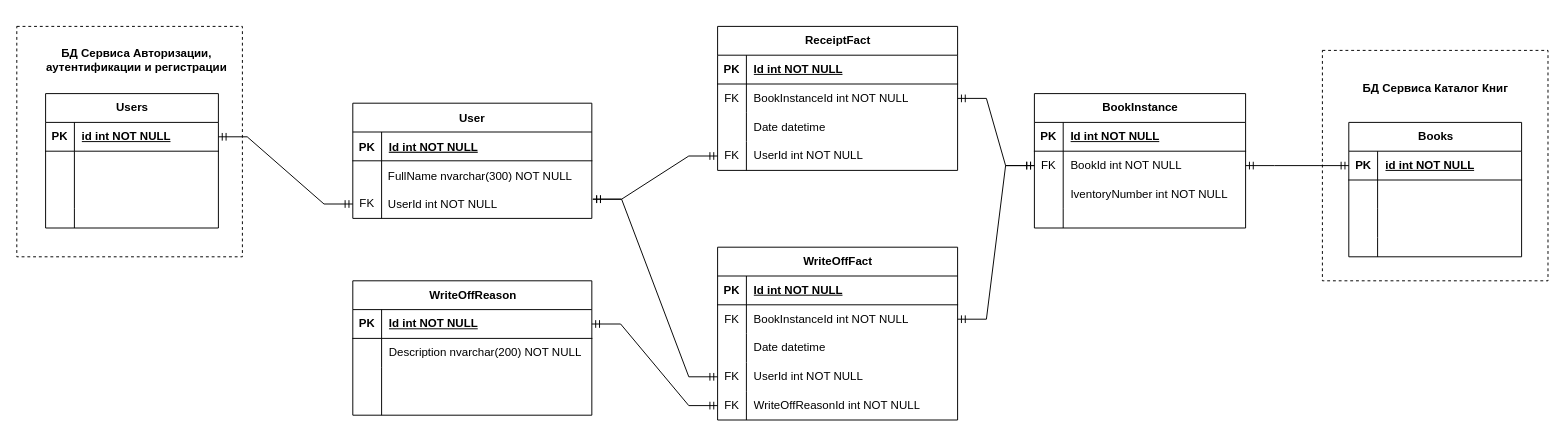
Earlier version of the draw.io diagram Docs/ER-диаграмма БД сервиса ReceiptWriteOff.drawio (SakhalinNovosibirskTomsk/ReceiptWriteOff). Source tidied: cells renumbered, new cells numbered last; positions are measured from the earlier drawing's top-left corner, leaving out a move shared by most shapes. Both pictures are drawn from the tidied source at 96%, with x=0, y=0 at pixel (16, 26).
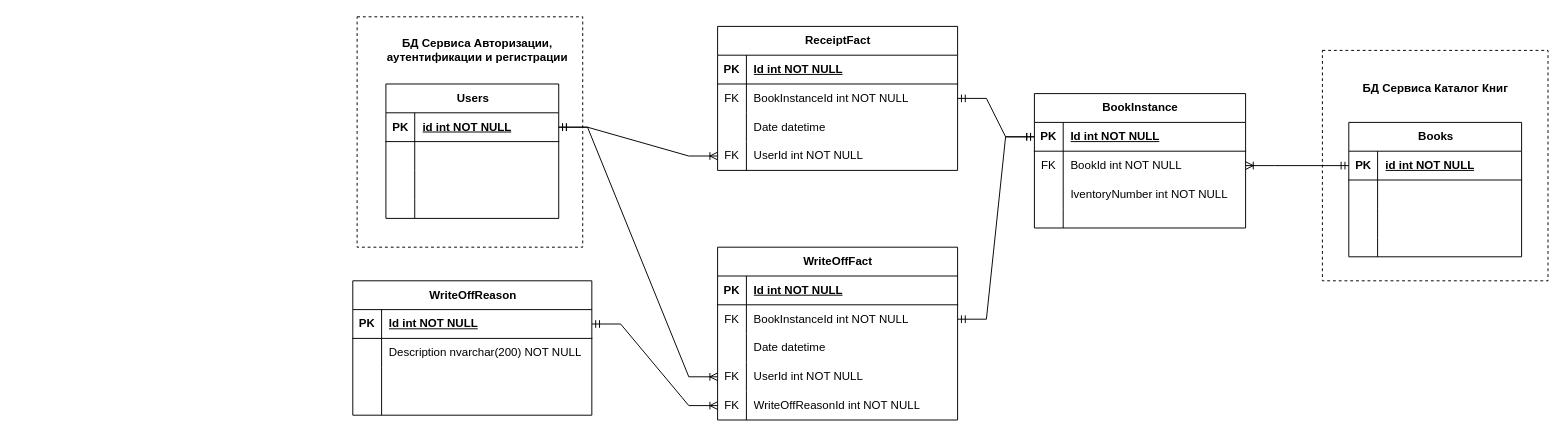
Above is the later version.

Unchanged cells that the change refers to:
```xml
<mxCell id="14" style="shape=tableRow;horizontal=0;startSize=0;swimlaneHead=0;swimlaneBody=0;fillColor=none;points=[[0,0.5],[1,0.5]];portConstraint=eastwest;top=0;left=0;right=0;bottom=1;" parent="13" vertex="1">
  <mxGeometry y="30" width="180" height="30" as="geometry" />
</mxCell>
<mxCell id="29" style="shape=tableRow;horizontal=0;startSize=0;swimlaneHead=0;swimlaneBody=0;fillColor=none;points=[[0,0.5],[1,0.5]];portConstraint=eastwest;top=0;left=0;right=0;bottom=1;" parent="28" vertex="1">
  <mxGeometry y="30" width="220" height="30" as="geometry" />
</mxCell>
<mxCell id="32" style="shape=tableRow;horizontal=0;startSize=0;swimlaneHead=0;swimlaneBody=0;fillColor=none;points=[[0,0.5],[1,0.5]];portConstraint=eastwest;top=0;left=0;right=0;bottom=0;" parent="28" vertex="1">
  <mxGeometry y="60" width="220" height="30" as="geometry" />
</mxCell>
<mxCell id="43" style="shape=tableRow;horizontal=0;startSize=0;swimlaneHead=0;swimlaneBody=0;fillColor=none;points=[[0,0.5],[1,0.5]];portConstraint=eastwest;top=0;left=0;right=0;bottom=1;" parent="42" vertex="1">
  <mxGeometry y="30" width="180" height="30" as="geometry" />
</mxCell>
<mxCell id="61" style="shape=tableRow;horizontal=0;startSize=0;swimlaneHead=0;swimlaneBody=0;fillColor=none;points=[[0,0.5],[1,0.5]];portConstraint=eastwest;top=0;left=0;right=0;bottom=0;" parent="57" vertex="1">
  <mxGeometry y="60" width="250" height="30" as="geometry" />
</mxCell>
<mxCell id="67" style="shape=tableRow;horizontal=0;startSize=0;swimlaneHead=0;swimlaneBody=0;fillColor=none;points=[[0,0.5],[1,0.5]];portConstraint=eastwest;top=0;left=0;right=0;bottom=0;" parent="57" vertex="1">
  <mxGeometry y="120" width="250" height="30" as="geometry" />
</mxCell>
<mxCell id="76" style="shape=tableRow;horizontal=0;startSize=0;swimlaneHead=0;swimlaneBody=0;fillColor=none;points=[[0,0.5],[1,0.5]];portConstraint=eastwest;top=0;left=0;right=0;bottom=0;" parent="72" vertex="1">
  <mxGeometry y="60" width="250" height="30" as="geometry" />
</mxCell>
<mxCell id="82" style="shape=tableRow;horizontal=0;startSize=0;swimlaneHead=0;swimlaneBody=0;fillColor=none;points=[[0,0.5],[1,0.5]];portConstraint=eastwest;top=0;left=0;right=0;bottom=0;" parent="72" vertex="1">
  <mxGeometry y="120" width="250" height="30" as="geometry" />
</mxCell>
<mxCell id="85" style="shape=tableRow;horizontal=0;startSize=0;swimlaneHead=0;swimlaneBody=0;fillColor=none;points=[[0,0.5],[1,0.5]];portConstraint=eastwest;top=0;left=0;right=0;bottom=0;" parent="72" vertex="1">
  <mxGeometry y="150" width="250" height="30" as="geometry" />
</mxCell>
<mxCell id="91" style="shape=tableRow;horizontal=0;startSize=0;swimlaneHead=0;swimlaneBody=0;fillColor=none;points=[[0,0.5],[1,0.5]];portConstraint=eastwest;top=0;left=0;right=0;bottom=1;" parent="90" vertex="1">
  <mxGeometry y="30" width="249" height="30" as="geometry" />
</mxCell>
```

The edit, as a diff of the source:
```diff
@@
     <mxCell id="2" style="whiteSpace=wrap;html=1;dashed=1;" parent="1" vertex="1">
-      <mxGeometry width="235" height="240" as="geometry" />
+      <mxGeometry x="354.5" y="-10" width="235" height="240" as="geometry" />
     </mxCell>
-    <mxCell id="3" value="User" style="shape=table;startSize=30;childLayout=tableLayout;rowLines=0;fontStyle=1;align=center;" parent="1" vertex="1">
-      <mxGeometry x="350" y="80" width="249" height="120" as="geometry" />
-    </mxCell>
-    <mxCell id="4" style="shape=partialRectangle;fillColor=none;top=0;left=0;right=0;bottom=1;" parent="3" vertex="1">
-      <mxGeometry y="30" width="249" height="30" as="geometry" />
-    </mxCell>
-    <mxCell id="5" value="PK" style="shape=partialRectangle;overflow=hidden;fillColor=none;top=0;left=0;bottom=0;right=0;fontStyle=1;" parent="4" vertex="1">
-      <mxGeometry width="30" height="30" as="geometry" />
-    </mxCell>
-    <mxCell id="6" value="Id int NOT NULL " style="shape=partialRectangle;overflow=hidden;fillColor=none;top=0;left=0;bottom=0;right=0;align=left;spacingLeft=6;fontStyle=5;" parent="4" vertex="1">
-      <mxGeometry x="30" width="219" height="30" as="geometry" />
-    </mxCell>
-    <mxCell id="7" style="shape=partialRectangle;fillColor=none;top=0;left=0;right=0;bottom=0;" parent="3" vertex="1">
-      <mxGeometry y="60" width="249" height="60" as="geometry" />
-    </mxCell>
-    <mxCell id="8" style="shape=partialRectangle;overflow=hidden;fillColor=none;top=0;left=0;bottom=0;right=0;" parent="7" vertex="1">
-      <mxGeometry width="30" height="60" as="geometry" />
-    </mxCell>
-    <mxCell id="9" style="shape=partialRectangle;overflow=hidden;fillColor=none;top=0;left=0;bottom=0;right=0;align=left;spacingLeft=6;strokeColor=default;" parent="7" vertex="1">
-      <mxGeometry x="30" width="219" height="60" as="geometry" />
-    </mxCell>
-    <mxCell id="10" value="FullName nvarchar(300) NOT NULL" style="shape=partialRectangle;overflow=hidden;fillColor=none;top=0;left=0;bottom=0;right=0;align=left;spacingLeft=6;strokeColor=default;" parent="1" vertex="1">
-      <mxGeometry x="379" y="140" width="220" height="30" as="geometry" />
-    </mxCell>
-    <mxCell id="11" value="UserId int NOT NULL" style="shape=partialRectangle;overflow=hidden;fillColor=none;top=0;left=0;bottom=0;right=0;align=left;spacingLeft=6;strokeColor=default;" parent="1" vertex="1">
-      <mxGeometry x="379" y="170" width="220" height="30" as="geometry" />
-    </mxCell>
-    <mxCell id="12" value="FK" style="text;html=1;align=center;verticalAlign=middle;whiteSpace=wrap;rounded=0;" parent="1" vertex="1">
-      <mxGeometry x="350" y="170" width="30" height="30" as="geometry" />
-    </mxCell>
     <mxCell id="13" value="Users" style="shape=table;startSize=30;childLayout=tableLayout;rowLines=0;fontStyle=1;align=center;html=1;" parent="1" vertex="1">
-      <mxGeometry x="30" y="70" width="180" height="140" as="geometry" />
+      <mxGeometry x="384.5" y="60" width="180" height="140" as="geometry" />
     </mxCell>
@@
     <mxCell id="26" value="&lt;b&gt;БД Сервиса Авторизации, аутентификации и регистрации&lt;/b&gt;" style="text;html=1;align=center;verticalAlign=middle;whiteSpace=wrap;rounded=0;" parent="1" vertex="1">
-      <mxGeometry x="10" y="20" width="230" height="30" as="geometry" />
+      <mxGeometry x="364.5" y="10" width="230" height="30" as="geometry" />
     </mxCell>
-    <mxCell id="27" style="edgeStyle=entityRelationEdgeStyle;fontSize=12;html=1;endArrow=ERmandOne;startArrow=ERmandOne;rounded=0;entryX=0;entryY=0.5;entryDx=0;entryDy=0;" parent="1" edge="1" source="14" target="12">
-      <mxGeometry relative="1" as="geometry" />
-    </mxCell>
@@
-    <mxCell id="56" style="edgeStyle=entityRelationEdgeStyle;fontSize=12;html=1;endArrow=ERmandOne;startArrow=ERmandOne;rounded=0;exitX=1;exitY=0.5;exitDx=0;exitDy=0;entryX=0;entryY=0.5;entryDx=0;entryDy=0;" parent="1" edge="1" source="32" target="43">
-      <mxGeometry relative="1" as="geometry" />
-    </mxCell>
@@
-    <mxCell id="70" style="edgeStyle=entityRelationEdgeStyle;fontSize=12;html=1;endArrow=ERmandOne;startArrow=ERmandOne;rounded=0;exitX=1;exitY=0.5;exitDx=0;exitDy=0;entryX=0;entryY=0.5;entryDx=0;entryDy=0;" parent="1" edge="1" source="61" target="32">
+    <mxCell id="70" style="edgeStyle=entityRelationEdgeStyle;fontSize=12;html=1;endArrow=ERmandOne;startArrow=ERmandOne;rounded=0;exitX=1;exitY=0.5;exitDx=0;exitDy=0;entryX=0;entryY=0.5;entryDx=0;entryDy=0;" parent="1" edge="1" source="61" target="29">
       <mxGeometry relative="1" as="geometry" />
     </mxCell>
-    <mxCell id="71" style="edgeStyle=entityRelationEdgeStyle;fontSize=12;html=1;endArrow=ERmandOne;startArrow=ERmandOne;rounded=0;entryX=0;entryY=0.5;entryDx=0;entryDy=0;" parent="1" edge="1" target="67">
-      <mxGeometry relative="1" as="geometry">
-        <mxPoint x="600" y="180" as="sourcePoint" />
-      </mxGeometry>
-    </mxCell>
@@
-    <mxCell id="88" style="edgeStyle=entityRelationEdgeStyle;fontSize=12;html=1;endArrow=ERmandOne;startArrow=ERmandOne;rounded=0;entryX=0;entryY=0.5;entryDx=0;entryDy=0;" parent="1" edge="1" target="82">
-      <mxGeometry relative="1" as="geometry">
-        <mxPoint x="600" y="180" as="sourcePoint" />
-      </mxGeometry>
-    </mxCell>
-    <mxCell id="89" style="edgeStyle=entityRelationEdgeStyle;fontSize=12;html=1;endArrow=ERmandOne;startArrow=ERmandOne;rounded=0;exitX=1;exitY=0.5;exitDx=0;exitDy=0;entryX=0;entryY=0.5;entryDx=0;entryDy=0;" parent="1" edge="1" source="76" target="32">
+    <mxCell id="89" style="edgeStyle=entityRelationEdgeStyle;fontSize=12;html=1;endArrow=ERmandOne;startArrow=ERmandOne;rounded=0;exitX=1;exitY=0.5;exitDx=0;exitDy=0;entryX=0;entryY=0.5;entryDx=0;entryDy=0;" parent="1" edge="1" source="76" target="29">
       <mxGeometry relative="1" as="geometry" />
     </mxCell>
@@
+    <mxCell id="104" style="edgeStyle=entityRelationEdgeStyle;fontSize=12;html=1;endArrow=ERoneToMany;rounded=0;entryX=1;entryY=0.5;entryDx=0;entryDy=0;exitX=0;exitY=0.5;exitDx=0;exitDy=0;startArrow=ERmandOne;startFill=0;" parent="1" edge="1" source="43" target="32">
+      <mxGeometry relative="1" as="geometry" />
+    </mxCell>
-    <mxCell id="103" style="edgeStyle=entityRelationEdgeStyle;fontSize=12;html=1;endArrow=ERmandOne;startArrow=ERmandOne;rounded=0;exitX=1;exitY=0.5;exitDx=0;exitDy=0;entryX=0;entryY=0.5;entryDx=0;entryDy=0;" parent="1" edge="1" source="91" target="85">
+    <mxCell id="103" style="edgeStyle=entityRelationEdgeStyle;fontSize=12;html=1;endArrow=ERoneToMany;rounded=0;exitX=1;exitY=0.5;exitDx=0;exitDy=0;entryX=0;entryY=0.5;entryDx=0;entryDy=0;startArrow=ERmandOne;startFill=0;" parent="1" edge="1" source="91" target="85">
       <mxGeometry relative="1" as="geometry" />
     </mxCell>
+    <mxCell id="105" style="edgeStyle=entityRelationEdgeStyle;fontSize=12;html=1;endArrow=ERoneToMany;startArrow=ERmandOne;rounded=0;exitX=1;exitY=0.5;exitDx=0;exitDy=0;entryX=0;entryY=0.5;entryDx=0;entryDy=0;" parent="1" edge="1" source="14" target="67">
+      <mxGeometry relative="1" as="geometry" />
+    </mxCell>
+    <mxCell id="106" style="edgeStyle=entityRelationEdgeStyle;fontSize=12;html=1;endArrow=ERoneToMany;startArrow=ERmandOne;rounded=0;exitX=1;exitY=0.5;exitDx=0;exitDy=0;entryX=0;entryY=0.5;entryDx=0;entryDy=0;" parent="1" edge="1" source="14" target="82">
+      <mxGeometry relative="1" as="geometry" />
+    </mxCell>
```
